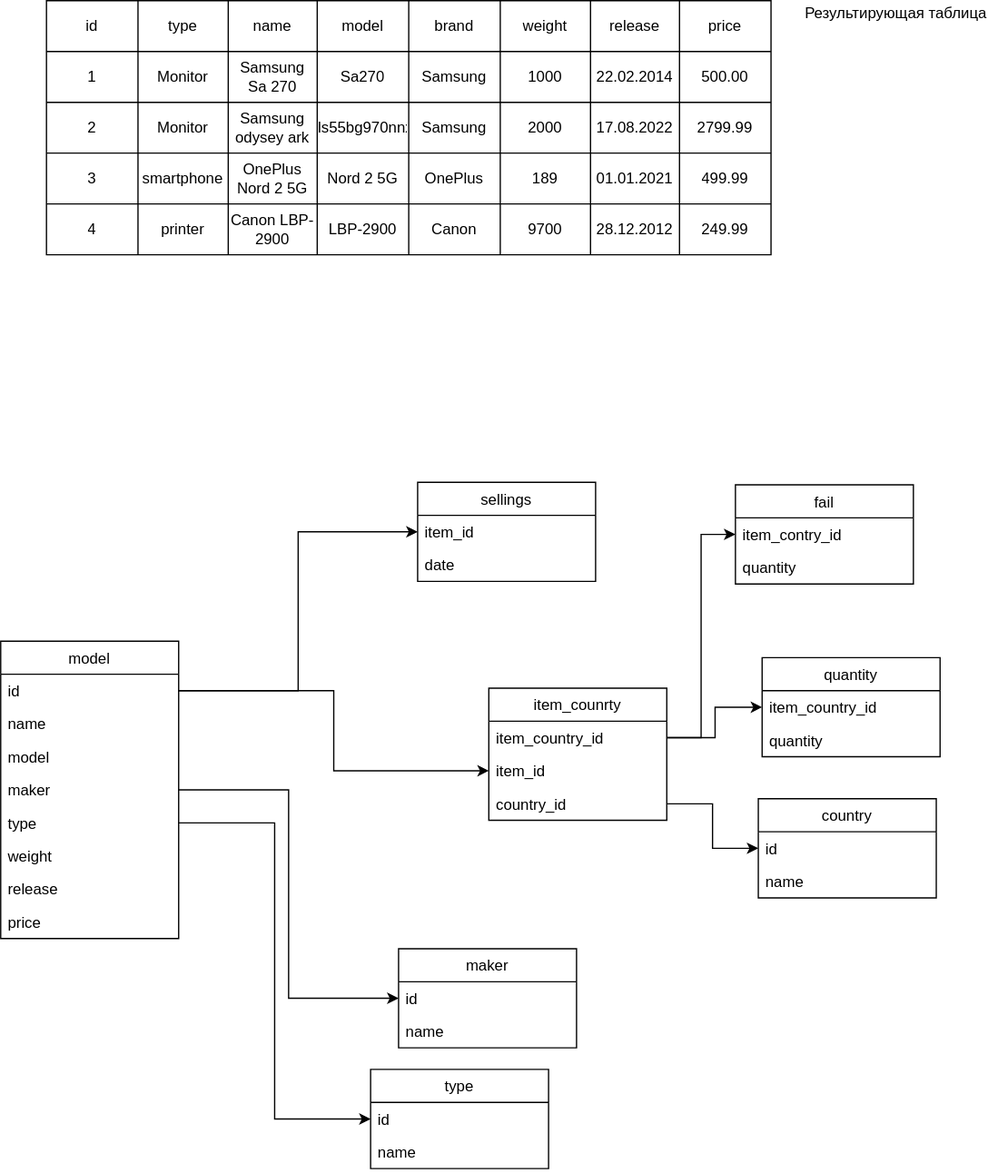
The draw.io diagram resources/UML.drawio.svg in Plasmat1x/CourseProjectCS, before a commit. Source tidied: cells renumbered, new cells last; positions are measured from the earlier drawing's top-left corner, leaving out a move shared by most shapes.
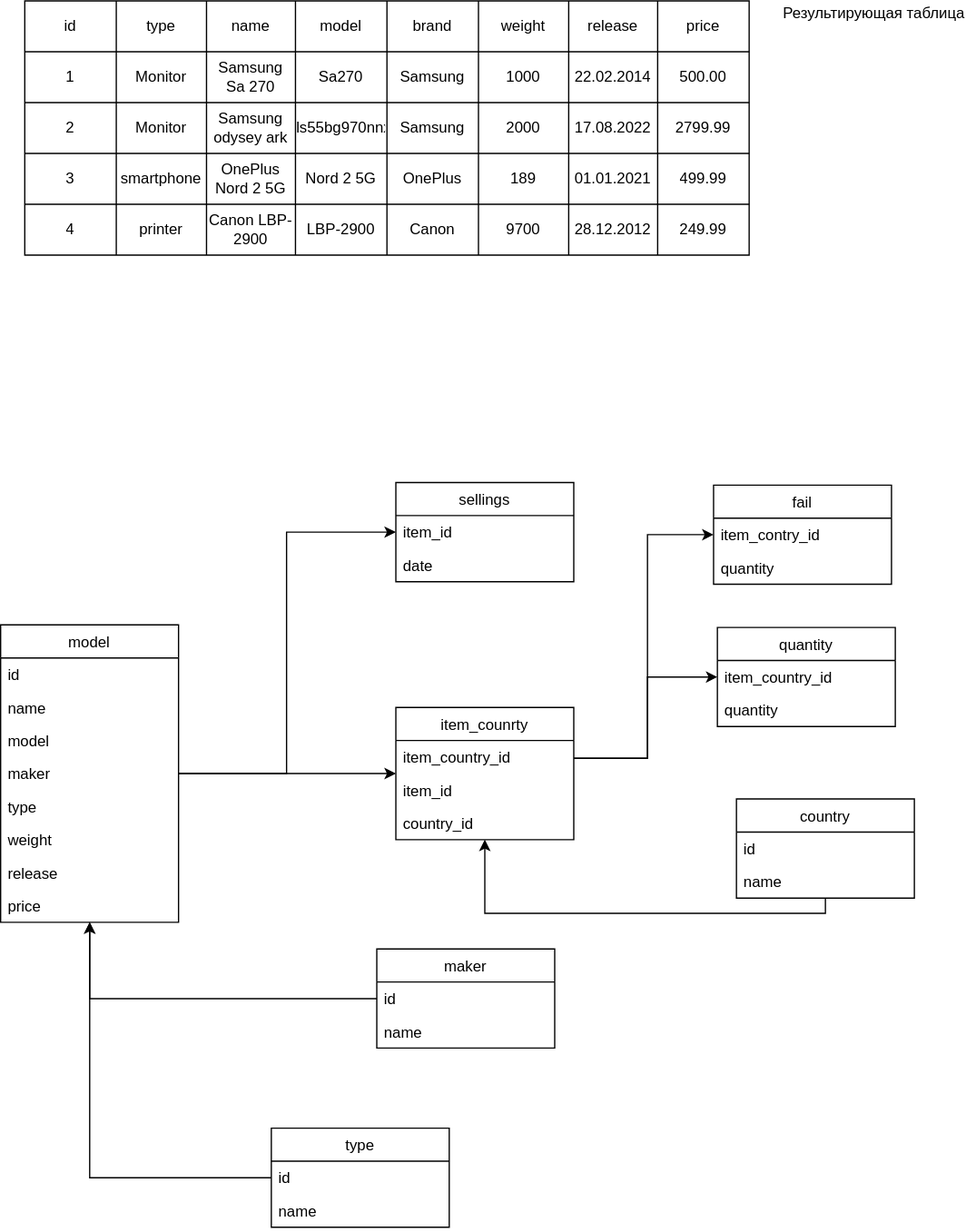
Above is the later version.

Diff of the diagram source:
```diff
@@ -140,6 +140,9 @@
     <mxCell id="47" value="249.99" style="shape=partialRectangle;html=1;whiteSpace=wrap;overflow=hidden;fillColor=none;top=0;left=0;bottom=0;right=0;" parent="39" vertex="1">
       <mxGeometry x="498" width="72" height="40" as="geometry" />
     </mxCell>
+    <mxCell id="87" style="edgeStyle=orthogonalEdgeStyle;html=1;rounded=0;" parent="1" edge="1" source="48" target="54">
+      <mxGeometry relative="1" as="geometry" />
+    </mxCell>
     <mxCell id="48" value="maker" style="swimlane;fontStyle=0;horizontal=1;startSize=26;fillColor=none;" parent="1" vertex="1">
       <mxGeometry x="313" y="746" width="140" height="78" as="geometry" />
     </mxCell>
@@ -149,8 +152,11 @@
     <mxCell id="50" value="name" style="text;strokeColor=none;fillColor=none;align=left;verticalAlign=top;spacingLeft=4;spacingRight=4;overflow=hidden;" parent="48" vertex="1">
       <mxGeometry y="52" width="140" height="26" as="geometry" />
     </mxCell>
+    <mxCell id="88" style="edgeStyle=orthogonalEdgeStyle;rounded=0;html=1;" parent="1" edge="1" source="51" target="54">
+      <mxGeometry relative="1" as="geometry" />
+    </mxCell>
     <mxCell id="51" value="type" style="swimlane;fontStyle=0;horizontal=1;startSize=26;fillColor=none;" parent="1" vertex="1">
-      <mxGeometry x="291" y="841" width="140" height="78" as="geometry" />
+      <mxGeometry x="230" y="887" width="140" height="78" as="geometry" />
     </mxCell>
     <mxCell id="52" value="id" style="text;strokeColor=none;fillColor=none;align=left;verticalAlign=top;spacingLeft=4;spacingRight=4;overflow=hidden;" parent="51" vertex="1">
       <mxGeometry y="26" width="140" height="26" as="geometry" />
@@ -158,8 +164,19 @@
     <mxCell id="53" value="name" style="text;strokeColor=none;fillColor=none;align=left;verticalAlign=top;spacingLeft=4;spacingRight=4;overflow=hidden;" parent="51" vertex="1">
       <mxGeometry y="52" width="140" height="26" as="geometry" />
     </mxCell>
+    <mxCell id="89" style="edgeStyle=orthogonalEdgeStyle;rounded=0;html=1;" parent="1" edge="1" source="54" target="65">
+      <mxGeometry relative="1" as="geometry" />
+    </mxCell>
+    <mxCell id="90" style="edgeStyle=orthogonalEdgeStyle;rounded=0;html=1;" parent="1" edge="1" source="54" target="75">
+      <mxGeometry relative="1" as="geometry">
+        <Array as="points">
+          <mxPoint x="242" y="608" />
+          <mxPoint x="242" y="418" />
+        </Array>
+      </mxGeometry>
+    </mxCell>
     <mxCell id="54" value="model" style="swimlane;fontStyle=0;horizontal=1;startSize=26;fillColor=none;" parent="1" vertex="1">
-      <mxGeometry y="504" width="140" height="234" as="geometry" />
+      <mxGeometry x="17" y="491" width="140" height="234" as="geometry" />
     </mxCell>
     <mxCell id="55" value="id" style="text;strokeColor=none;fillColor=none;align=left;verticalAlign=top;spacingLeft=4;spacingRight=4;overflow=hidden;points=[[0,0.5],[1,0.5]];portConstraint=eastwest;" parent="54" vertex="1">
       <mxGeometry y="26" width="140" height="26" as="geometry" />
@@ -188,16 +205,24 @@
     <mxCell id="63" value="Результирующая таблица" style="text;html=1;align=center;verticalAlign=middle;strokeColor=none;fillColor=none;" parent="1" vertex="1">
       <mxGeometry x="624" width="160" height="20" as="geometry" />
     </mxCell>
-    <mxCell id="64" style="edgeStyle=orthogonalEdgeStyle;rounded=0;jettySize=auto;html=1;entryX=0;entryY=0.5;entryDx=0;entryDy=0;" parent="1" edge="1" source="65" target="72">
+    <mxCell id="64" style="edgeStyle=orthogonalEdgeStyle;rounded=0;html=1;" parent="1" edge="1" source="65" target="72">
       <mxGeometry relative="1" as="geometry">
         <Array as="points">
-          <mxPoint x="562" y="580" />
-          <mxPoint x="562" y="556" />
+          <mxPoint x="526" y="596" />
+          <mxPoint x="526" y="532" />
         </Array>
       </mxGeometry>
     </mxCell>
+    <mxCell id="91" style="edgeStyle=orthogonalEdgeStyle;rounded=0;html=1;" parent="1" edge="1" source="65" target="78">
+      <mxGeometry relative="1" as="geometry">
+        <Array as="points">
+          <mxPoint x="526" y="596" />
+          <mxPoint x="526" y="420" />
+        </Array>
+      </mxGeometry>
+    </mxCell>
     <mxCell id="65" value="item_counrty" style="swimlane;fontStyle=0;horizontal=1;startSize=26;fillColor=none;" parent="1" vertex="1">
-      <mxGeometry x="384" y="541" width="140" height="104" as="geometry" />
+      <mxGeometry x="328" y="556" width="140" height="104" as="geometry" />
     </mxCell>
     <mxCell id="66" value="item_country_id" style="text;strokeColor=none;fillColor=none;align=left;verticalAlign=top;spacingLeft=4;spacingRight=4;overflow=hidden;points=[[0,0.5],[1,0.5]];portConstraint=eastwest;" parent="65" vertex="1">
       <mxGeometry y="26" width="140" height="26" as="geometry" />
@@ -208,6 +233,14 @@
     <mxCell id="68" value="country_id" style="text;strokeColor=none;fillColor=none;align=left;verticalAlign=top;spacingLeft=4;spacingRight=4;overflow=hidden;points=[[0,0.5],[1,0.5]];portConstraint=eastwest;" parent="65" vertex="1">
       <mxGeometry y="78" width="140" height="26" as="geometry" />
     </mxCell>
+    <mxCell id="92" style="edgeStyle=orthogonalEdgeStyle;rounded=0;html=1;" parent="1" edge="1" source="69" target="65">
+      <mxGeometry relative="1" as="geometry">
+        <Array as="points">
+          <mxPoint x="666" y="718" />
+          <mxPoint x="398" y="718" />
+        </Array>
+      </mxGeometry>
+    </mxCell>
     <mxCell id="69" value="country" style="swimlane;fontStyle=0;horizontal=1;startSize=26;fillColor=none;" parent="1" vertex="1">
       <mxGeometry x="596" y="628" width="140" height="78" as="geometry" />
     </mxCell>
@@ -218,7 +251,7 @@
       <mxGeometry y="52" width="140" height="26" as="geometry" />
     </mxCell>
     <mxCell id="72" value="quantity" style="swimlane;fontStyle=0;horizontal=1;startSize=26;fillColor=none;" parent="1" vertex="1">
-      <mxGeometry x="599" y="517" width="140" height="78" as="geometry" />
+      <mxGeometry x="581" y="493" width="140" height="78" as="geometry" />
     </mxCell>
     <mxCell id="73" value="item_country_id" style="text;strokeColor=none;fillColor=none;align=left;verticalAlign=top;spacingLeft=4;spacingRight=4;overflow=hidden;" parent="72" vertex="1">
       <mxGeometry y="26" width="140" height="26" as="geometry" />
@@ -244,23 +277,5 @@
     <mxCell id="80" value="quantity" style="text;strokeColor=none;fillColor=none;align=left;verticalAlign=top;spacingLeft=4;spacingRight=4;overflow=hidden;" parent="78" vertex="1">
       <mxGeometry y="52" width="140" height="26" as="geometry" />
     </mxCell>
-    <mxCell id="81" style="edgeStyle=orthogonalEdgeStyle;rounded=0;jettySize=auto;html=1;entryX=0;entryY=0.5;entryDx=0;entryDy=0;" parent="1" edge="1" source="58" target="49">
-      <mxGeometry relative="1" as="geometry" />
-    </mxCell>
-    <mxCell id="82" style="edgeStyle=orthogonalEdgeStyle;rounded=0;jettySize=auto;html=1;entryX=0;entryY=0.5;entryDx=0;entryDy=0;" parent="1" edge="1" source="59" target="51">
-      <mxGeometry relative="1" as="geometry" />
-    </mxCell>
-    <mxCell id="83" style="edgeStyle=orthogonalEdgeStyle;rounded=0;jettySize=auto;html=1;entryX=0;entryY=0.5;entryDx=0;entryDy=0;" parent="1" edge="1" source="68" target="70">
-      <mxGeometry relative="1" as="geometry" />
-    </mxCell>
-    <mxCell id="84" style="edgeStyle=orthogonalEdgeStyle;rounded=0;jettySize=auto;html=1;entryX=0;entryY=0.5;entryDx=0;entryDy=0;" parent="1" edge="1" source="55" target="76">
-      <mxGeometry relative="1" as="geometry" />
-    </mxCell>
-    <mxCell id="85" style="edgeStyle=orthogonalEdgeStyle;rounded=0;jettySize=auto;html=1;entryX=0;entryY=0.5;entryDx=0;entryDy=0;" parent="1" edge="1" source="55" target="67">
-      <mxGeometry relative="1" as="geometry" />
-    </mxCell>
-    <mxCell id="86" style="edgeStyle=orthogonalEdgeStyle;rounded=0;jettySize=auto;html=1;entryX=0;entryY=0.5;entryDx=0;entryDy=0;" parent="1" edge="1" source="66" target="79">
-      <mxGeometry relative="1" as="geometry" />
-    </mxCell>
   </root>
 </mxGraphModel>
```
